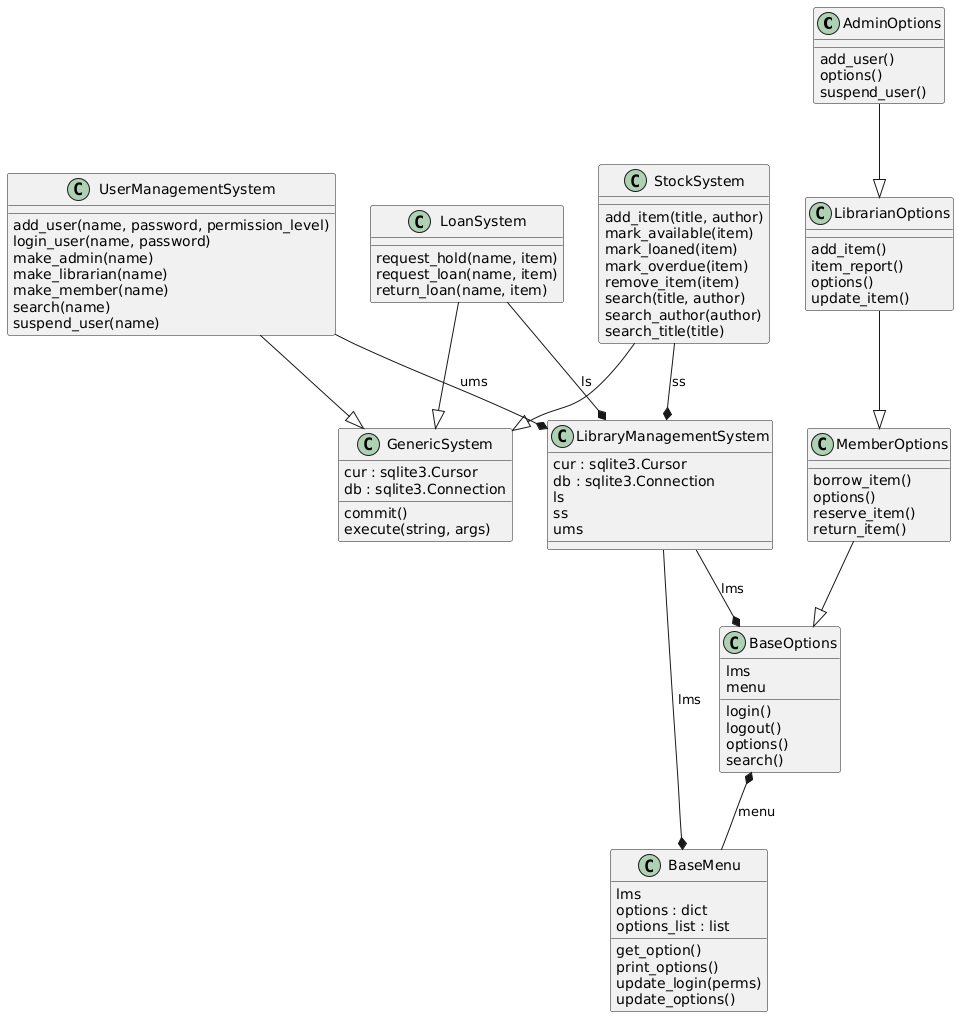
Above: classes.png in lxmora/COM5012-CW1-LMS (PlantUML), before the change. Its diagram source:
```plantuml
@startuml
set namespaceSeparator none
class "AdminOptions" as main.AdminOptions {
  add_user()
  options()
  suspend_user()
}
class "BaseMenu" as main.BaseMenu {
  lms
  options : dict
  options_list : list
  get_option()
  print_options()
  update_login(perms)
  update_options()
}
class "BaseOptions" as main.BaseOptions {
  lms
  menu
  login()
  logout()
  options()
  search()
}
class "GenericSystem" as main.GenericSystem {
  cur : sqlite3.Cursor
  db : sqlite3.Connection
  commit()
  execute(string, args)
}
class "LibrarianOptions" as main.LibrarianOptions {
  add_item()
  item_report()
  options()
  update_item()
}
class "LibraryManagementSystem" as main.LibraryManagementSystem {
  cur : sqlite3.Cursor
  db : sqlite3.Connection
  ls
  ss
  ums
}
class "LoanSystem" as main.LoanSystem {
  request_hold(name, item)
  request_loan(name, item)
  return_loan(name, item)
}
class "MemberOptions" as main.MemberOptions {
  borrow_item()
  options()
  reserve_item()
  return_item()
}
class "StockSystem" as main.StockSystem {
  add_item(title, author)
  mark_available(item)
  mark_loaned(item)
  mark_overdue(item)
  remove_item(item)
  search(title, author)
  search_author(author)
  search_title(title)
}
class "UserManagementSystem" as main.UserManagementSystem {
  add_user(name, password, permission_level)
  login_user(name, password)
  make_admin(name)
  make_librarian(name)
  make_member(name)
  search(name)
  suspend_user(name)
}
main.AdminOptions --|> main.LibrarianOptions
main.LibrarianOptions --|> main.MemberOptions
main.LoanSystem --|> main.GenericSystem
main.MemberOptions --|> main.BaseOptions
main.StockSystem --|> main.GenericSystem
main.UserManagementSystem --|> main.GenericSystem
main.LibraryManagementSystem --* main.BaseMenu : lms
main.LoanSystem --* main.LibraryManagementSystem : ls
main.StockSystem --* main.LibraryManagementSystem : ss
main.UserManagementSystem --* main.LibraryManagementSystem : ums
main.LibraryManagementSystem --* main.BaseOptions : lms
main.BaseOptions *-- main.BaseMenu : menu
@enduml
```
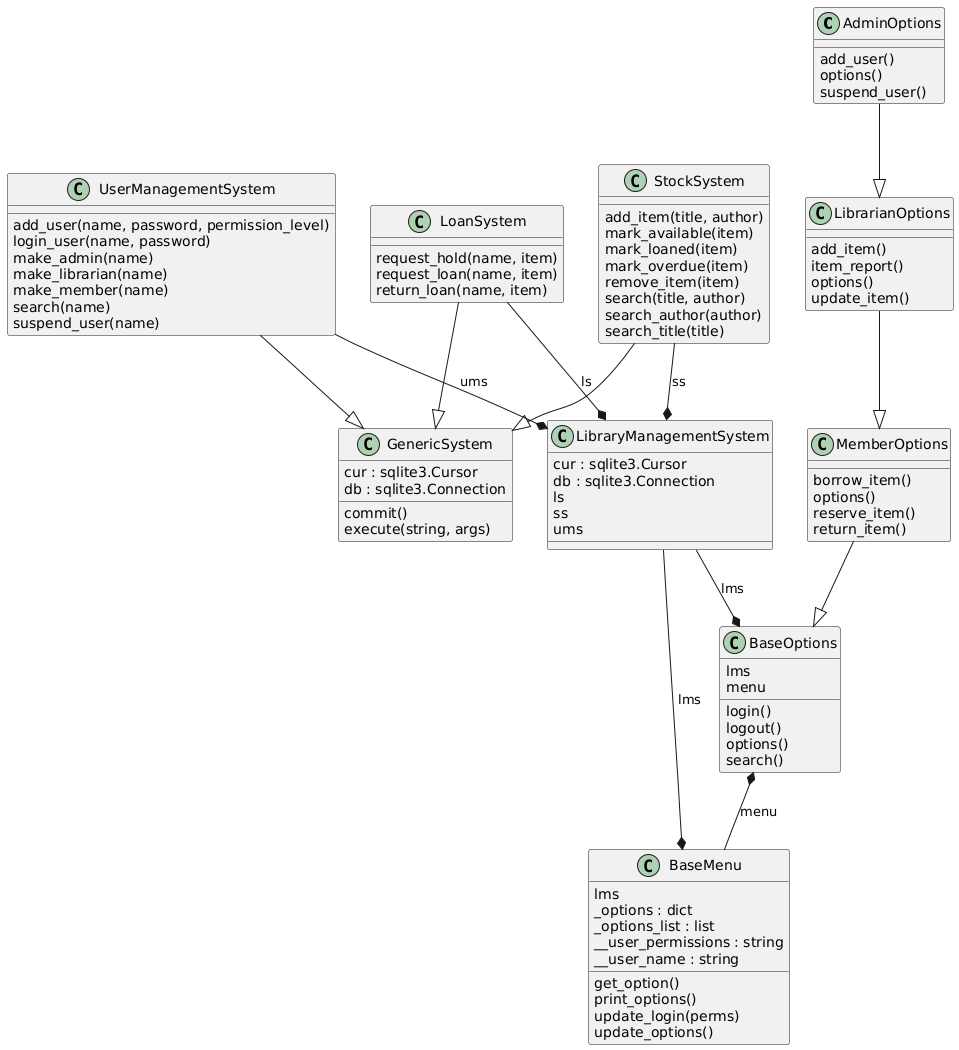
After the change.

Change to the diagram source:
```diff
@@ -7,8 +7,10 @@
 }
 class "BaseMenu" as main.BaseMenu {
   lms
-  options : dict
-  options_list : list
+  _options : dict
+  _options_list : list
+  __user_permissions : string
+  __user_name : string
   get_option()
   print_options()
   update_login(perms)
```
